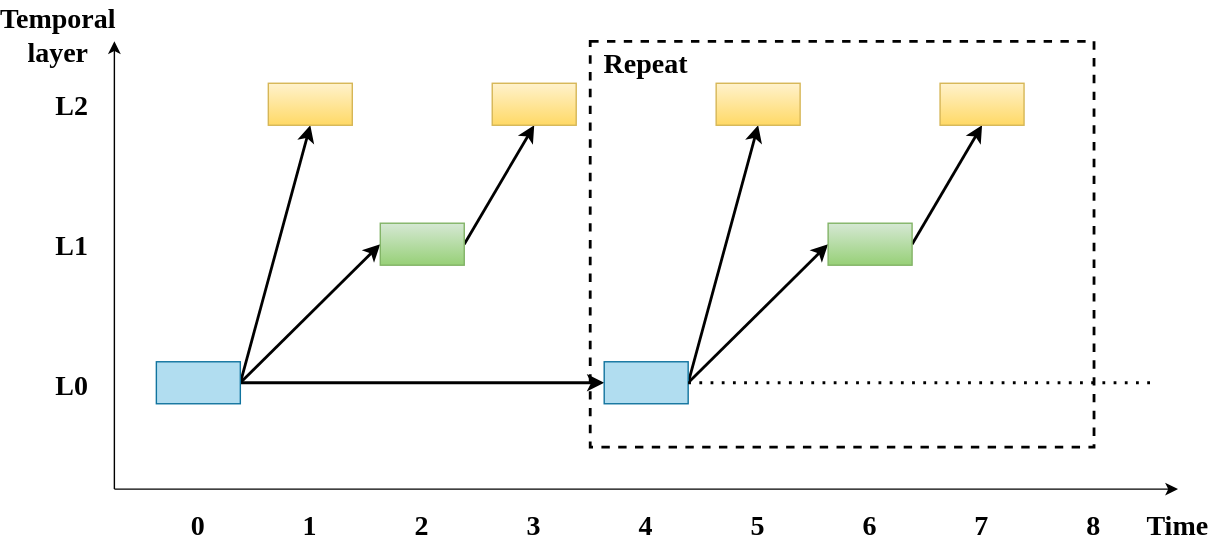
xiaosayin/c-educoder keeps this draw.io diagram as simulcast_temporal.svg. Above is the earlier version. Source tidied: cells renumbered, new cells last; positions are measured from the earlier drawing's top-left corner, leaving out a move shared by most shapes.
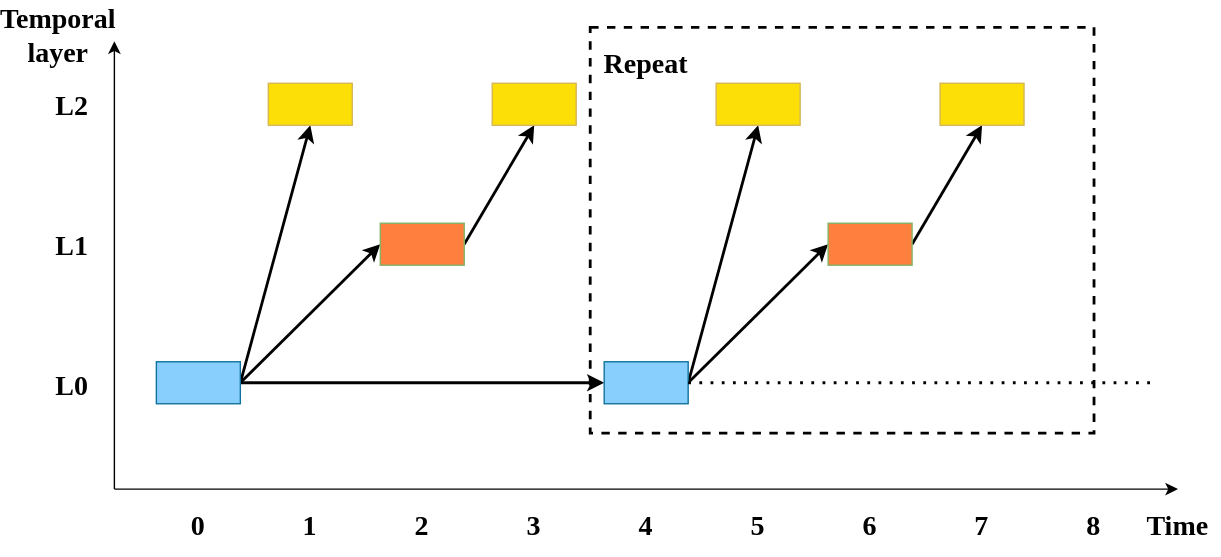
The same diagram one commit later.

Change to the diagram source:
```diff
@@ -68,19 +68,19 @@
     <mxCell id="21" style="edgeStyle=none;rounded=0;jettySize=auto;html=1;exitX=1;exitY=0.5;exitDx=0;exitDy=0;entryX=0;entryY=0.5;entryDx=0;entryDy=0;strokeWidth=2;fontFamily=Times New Roman;fontSize=20;fontColor=default;" parent="1" edge="1" source="22" target="29">
       <mxGeometry relative="1" as="geometry" />
     </mxCell>
-    <mxCell id="22" style="rounded=0;whiteSpace=wrap;html=1;fontFamily=Times New Roman;fontSize=20;fillColor=#b1ddf0;strokeColor=#10739e;" parent="1" vertex="1">
+    <mxCell id="22" style="rounded=0;whiteSpace=wrap;html=1;fontFamily=Times New Roman;fontSize=20;fillColor=#89CFFD;strokeColor=#10739e;" parent="1" vertex="1">
       <mxGeometry x="100" y="249" width="60" height="30" as="geometry" />
     </mxCell>
-    <mxCell id="23" style="rounded=0;whiteSpace=wrap;html=1;fontFamily=Times New Roman;fontSize=20;fillColor=#fff2cc;strokeColor=#d6b656;gradientColor=#ffd966;" parent="1" vertex="1">
+    <mxCell id="23" style="rounded=0;whiteSpace=wrap;html=1;fontFamily=Times New Roman;fontSize=20;fillColor=#FBDF07;strokeColor=#d6b656;gradientColor=none;" parent="1" vertex="1">
       <mxGeometry x="180" y="50" width="60" height="30" as="geometry" />
     </mxCell>
     <mxCell id="24" style="edgeStyle=none;rounded=0;jettySize=auto;html=1;exitX=1;exitY=0.5;exitDx=0;exitDy=0;entryX=0.5;entryY=1;entryDx=0;entryDy=0;strokeWidth=2;fontFamily=Times New Roman;fontSize=20;fontColor=default;" parent="1" edge="1" source="25" target="26">
       <mxGeometry relative="1" as="geometry" />
     </mxCell>
-    <mxCell id="25" style="rounded=0;whiteSpace=wrap;html=1;fontFamily=Times New Roman;fontSize=20;fillColor=#d5e8d4;strokeColor=#82b366;gradientColor=#97d077;" parent="1" vertex="1">
+    <mxCell id="25" style="rounded=0;whiteSpace=wrap;html=1;fontFamily=Times New Roman;fontSize=20;fillColor=#FF7F3F;strokeColor=#82b366;gradientColor=none;" parent="1" vertex="1">
       <mxGeometry x="260" y="150" width="60" height="30" as="geometry" />
     </mxCell>
-    <mxCell id="26" style="rounded=0;whiteSpace=wrap;html=1;fontFamily=Times New Roman;fontSize=20;fillColor=#fff2cc;strokeColor=#d6b656;gradientColor=#ffd966;" parent="1" vertex="1">
+    <mxCell id="26" style="rounded=0;whiteSpace=wrap;html=1;fontFamily=Times New Roman;fontSize=20;fillColor=#FBDF07;strokeColor=#d6b656;gradientColor=none;" parent="1" vertex="1">
       <mxGeometry x="340" y="50" width="60" height="30" as="geometry" />
     </mxCell>
     <mxCell id="27" style="rounded=0;jettySize=auto;html=1;exitX=1;exitY=0.5;exitDx=0;exitDy=0;entryX=0.5;entryY=1;entryDx=0;entryDy=0;fontFamily=Times New Roman;fontSize=20;fontColor=default;strokeWidth=2;" parent="1" edge="1" source="29" target="30">
@@ -89,23 +89,23 @@
     <mxCell id="28" style="edgeStyle=none;rounded=0;jettySize=auto;html=1;exitX=1;exitY=0.5;exitDx=0;exitDy=0;entryX=0;entryY=0.5;entryDx=0;entryDy=0;strokeWidth=2;fontFamily=Times New Roman;fontSize=20;fontColor=default;" parent="1" edge="1" source="29" target="32">
       <mxGeometry relative="1" as="geometry" />
     </mxCell>
-    <mxCell id="29" style="rounded=0;whiteSpace=wrap;html=1;fontFamily=Times New Roman;fontSize=20;fillColor=#b1ddf0;strokeColor=#10739e;" parent="1" vertex="1">
+    <mxCell id="29" style="rounded=0;whiteSpace=wrap;html=1;fontFamily=Times New Roman;fontSize=20;fillColor=#89CFFD;strokeColor=#10739e;" parent="1" vertex="1">
       <mxGeometry x="420" y="249" width="60" height="30" as="geometry" />
     </mxCell>
-    <mxCell id="30" style="rounded=0;whiteSpace=wrap;html=1;fontFamily=Times New Roman;fontSize=20;fillColor=#fff2cc;strokeColor=#d6b656;gradientColor=#ffd966;" parent="1" vertex="1">
+    <mxCell id="30" style="rounded=0;whiteSpace=wrap;html=1;fontFamily=Times New Roman;fontSize=20;fillColor=#FBDF07;strokeColor=#d6b656;gradientColor=none;" parent="1" vertex="1">
       <mxGeometry x="500" y="50" width="60" height="30" as="geometry" />
     </mxCell>
     <mxCell id="31" style="edgeStyle=none;rounded=0;jettySize=auto;html=1;exitX=1;exitY=0.5;exitDx=0;exitDy=0;entryX=0.5;entryY=1;entryDx=0;entryDy=0;strokeWidth=2;fontFamily=Times New Roman;fontSize=20;fontColor=default;" parent="1" edge="1" source="32" target="33">
       <mxGeometry relative="1" as="geometry" />
     </mxCell>
-    <mxCell id="32" style="rounded=0;whiteSpace=wrap;html=1;fontFamily=Times New Roman;fontSize=20;fillColor=#d5e8d4;strokeColor=#82b366;gradientColor=#97d077;" parent="1" vertex="1">
+    <mxCell id="32" style="rounded=0;whiteSpace=wrap;html=1;fontFamily=Times New Roman;fontSize=20;fillColor=#FF7F3F;strokeColor=#82b366;gradientColor=none;" parent="1" vertex="1">
       <mxGeometry x="580" y="150" width="60" height="30" as="geometry" />
     </mxCell>
-    <mxCell id="33" style="rounded=0;whiteSpace=wrap;html=1;fontFamily=Times New Roman;fontSize=20;fillColor=#fff2cc;strokeColor=#d6b656;gradientColor=#ffd966;" parent="1" vertex="1">
+    <mxCell id="33" style="rounded=0;whiteSpace=wrap;html=1;fontFamily=Times New Roman;fontSize=20;fillColor=#FBDF07;strokeColor=#d6b656;gradientColor=none;" parent="1" vertex="1">
       <mxGeometry x="660" y="50" width="60" height="30" as="geometry" />
     </mxCell>
     <mxCell id="34" style="rounded=0;whiteSpace=wrap;html=1;fontFamily=Times New Roman;fontSize=20;fontColor=default;fillColor=none;gradientColor=none;dashed=1;strokeWidth=2;" parent="1" vertex="1">
-      <mxGeometry x="410" y="20" width="360" height="290" as="geometry" />
+      <mxGeometry x="410" y="10" width="360" height="290" as="geometry" />
     </mxCell>
     <mxCell id="35" value="&lt;b style=&quot;font-size: 20px;&quot;&gt;Repeat&lt;/b&gt;" style="text;html=1;strokeColor=none;fillColor=none;align=center;verticalAlign=middle;whiteSpace=wrap;rounded=0;fontFamily=Times New Roman;fontSize=20;fontColor=default;" parent="1" vertex="1">
       <mxGeometry x="420" y="20" width="60" height="30" as="geometry" />
```
